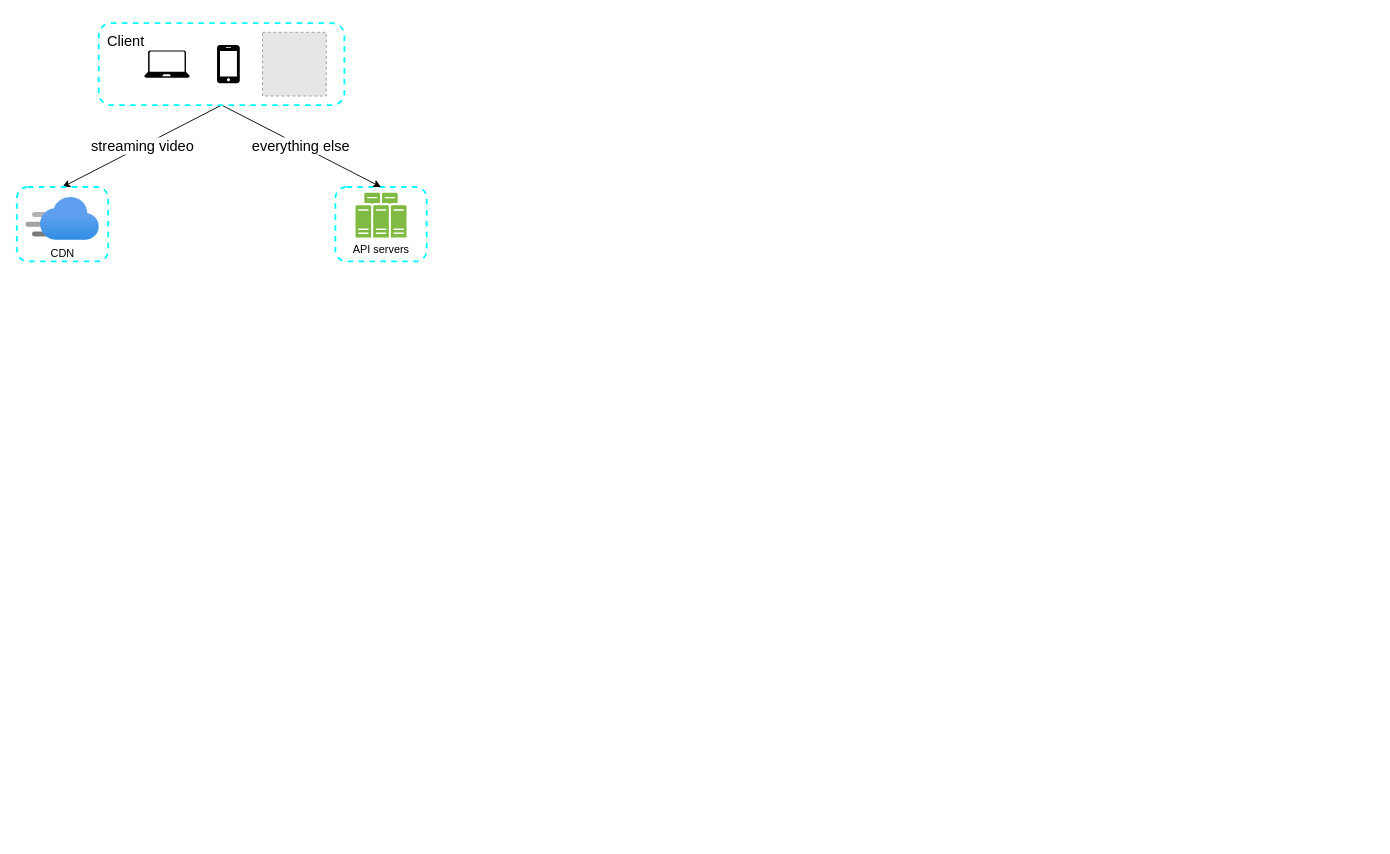
The draw.io diagram diagrams/14_youtube.drawio in ionut-banu/system_design_practice, before the edit. Source tidied: cells renumbered, new cells numbered last; positions are measured from the earlier drawing's top-left corner, leaving out a move shared by most shapes. Both pictures are drawn from the tidied source at 91%, with x=0, y=0 at pixel (16, 23). Pictures stored in the file or linked from it are replaced by grey dashed boxes.
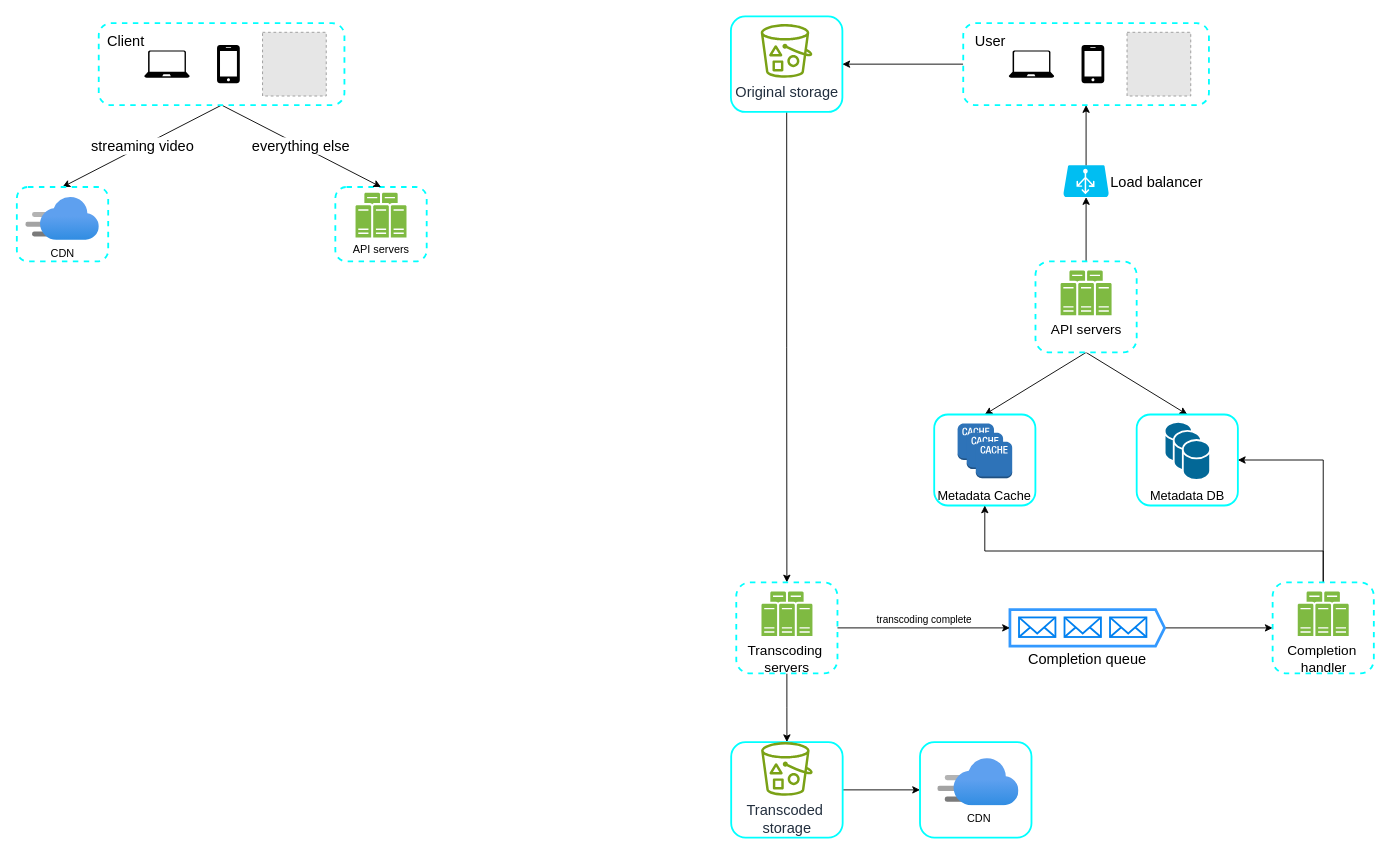
The same page after the edit.

Change to the diagram source:
```diff
@@
+    <mxCell id="12" style="rounded=1;whiteSpace=wrap;html=1;strokeColor=#00FFFF;strokeWidth=2;" parent="1" vertex="1">
+      <mxGeometry x="992.5" y="790" width="122.5" height="105" as="geometry" />
+    </mxCell>
+    <mxCell id="13" style="edgeStyle=orthogonalEdgeStyle;rounded=0;jettySize=auto;html=1;entryX=0.5;entryY=0;entryDx=0;entryDy=0;" parent="1" edge="1" source="14" target="46">
+      <mxGeometry relative="1" as="geometry" />
+    </mxCell>
+    <mxCell id="14" style="rounded=1;whiteSpace=wrap;html=1;strokeColor=#00FFFF;strokeWidth=2;" parent="1" vertex="1">
+      <mxGeometry x="784.7" y="-7.5" width="122.5" height="105" as="geometry" />
+    </mxCell>
@@
+    <mxCell id="15" style="edgeStyle=orthogonalEdgeStyle;rounded=0;jettySize=auto;html=1;entryX=1;entryY=0.5;entryDx=0;entryDy=0;" parent="1" edge="1" source="16" target="14">
+      <mxGeometry relative="1" as="geometry" />
+    </mxCell>
+    <mxCell id="16" value="User" style="rounded=1;whiteSpace=wrap;html=1;spacingLeft=-210;spacingTop=-50;strokeColor=#00FFFF;strokeWidth=2;dashed=1;fontSize=16;" parent="1" vertex="1">
+      <mxGeometry x="1040" width="270" height="90" as="geometry" />
+    </mxCell>
+    <mxCell id="17" style="sketch=0;shadow=0;dashed=0;html=1;strokeColor=none;labelPosition=center;verticalLabelPosition=bottom;verticalAlign=top;align=center;fillColor=#000000;shape=mxgraph.azure.laptop;" parent="1" vertex="1">
+      <mxGeometry x="1090" y="30" width="50" height="30" as="geometry" />
+    </mxCell>
+    <mxCell id="18" style="sketch=0;shadow=0;dashed=0;html=1;strokeColor=none;fillColor=#000000;labelPosition=center;verticalLabelPosition=bottom;verticalAlign=top;align=center;shape=mxgraph.office.devices.cell_phone_iphone_standalone;" parent="1" vertex="1">
+      <mxGeometry x="1170" y="24" width="25" height="42" as="geometry" />
+    </mxCell>
+    <mxCell id="19" style="fillColor=#E6E6E6;strokeColor=#999999;dashed=1;html=1;verticalAlign=top;verticalLabelPosition=bottom;labelBackgroundColor=#ffffff;" parent="1" vertex="1">
+      <mxGeometry x="1220" y="10" width="70" height="70" as="geometry" />
+    </mxCell>
+    <mxCell id="20" value="Original storage" style="sketch=0;fontColor=#232F3E;gradientColor=none;fillColor=#7AA116;strokeColor=none;dashed=0;verticalLabelPosition=bottom;verticalAlign=top;align=center;html=1;fontSize=16;fontStyle=0;shape=mxgraph.aws4.bucket_with_objects;" parent="1" vertex="1">
+      <mxGeometry x="817.5" y="1" width="56.7" height="59" as="geometry" />
+    </mxCell>
+    <mxCell id="21" style="edgeStyle=orthogonalEdgeStyle;rounded=0;jettySize=auto;html=1;entryX=0.5;entryY=0;entryDx=0;entryDy=0;startArrow=classic;startFill=1;endArrow=none;endFill=0;" parent="1" edge="1" source="22" target="26">
+      <mxGeometry relative="1" as="geometry" />
+    </mxCell>
+    <mxCell id="22" value="Load balancer" style="verticalLabelPosition=middle;html=1;verticalAlign=middle;align=left;strokeColor=none;fillColor=#00BEF2;shape=mxgraph.azure.azure_load_balancer;labelPosition=right;fontSize=16;" parent="1" vertex="1">
+      <mxGeometry x="1150" y="156.1" width="50" height="35" as="geometry" />
+    </mxCell>
+    <mxCell id="23" style="edgeStyle=orthogonalEdgeStyle;rounded=0;jettySize=auto;html=1;entryX=0.5;entryY=0;entryDx=0;entryDy=0;entryPerimeter=0;startArrow=classic;startFill=1;endArrow=none;endFill=0;" parent="1" edge="1" source="16" target="22">
+      <mxGeometry relative="1" as="geometry" />
+    </mxCell>
+    <mxCell id="24" style="rounded=0;jettySize=auto;html=1;exitX=0.5;exitY=1;exitDx=0;exitDy=0;entryX=0.5;entryY=0;entryDx=0;entryDy=0;" parent="1" edge="1" source="26" target="28">
+      <mxGeometry relative="1" as="geometry" />
+    </mxCell>
+    <mxCell id="25" style="rounded=0;jettySize=auto;html=1;entryX=0.5;entryY=0;entryDx=0;entryDy=0;exitX=0.5;exitY=1;exitDx=0;exitDy=0;" parent="1" edge="1" source="26" target="29">
+      <mxGeometry relative="1" as="geometry" />
+    </mxCell>
+    <mxCell id="26" style="rounded=1;whiteSpace=wrap;html=1;strokeColor=#00FFFF;strokeWidth=2;dashed=1;" parent="1" vertex="1">
+      <mxGeometry x="1119.4" y="261.8" width="111.2" height="100" as="geometry" />
+    </mxCell>
+    <mxCell id="27" value="&lt;font style=&quot;font-size: 15px;&quot;&gt;API servers&lt;/font&gt;" style="sketch=0;shadow=0;dashed=0;html=1;strokeColor=none;fillColor=#505050;labelPosition=center;verticalLabelPosition=bottom;verticalAlign=top;align=center;shape=mxgraph.office.servers.server_farm;fillColor=#7FBA42;" parent="1" vertex="1">
+      <mxGeometry x="1147" y="271.8" width="56" height="49" as="geometry" />
+    </mxCell>
+    <mxCell id="28" value="Metadata Cache" style="rounded=1;whiteSpace=wrap;html=1;strokeColor=#00FFFF;strokeWidth=2;fontSize=14;verticalAlign=bottom;" parent="1" vertex="1">
+      <mxGeometry x="1008.1" y="430" width="111.2" height="100" as="geometry" />
+    </mxCell>
+    <mxCell id="29" value="Metadata DB" style="rounded=1;whiteSpace=wrap;html=1;strokeColor=#00FFFF;strokeWidth=2;verticalAlign=bottom;fontSize=14;" parent="1" vertex="1">
+      <mxGeometry x="1230.6" y="430" width="111.2" height="100" as="geometry" />
+    </mxCell>
+    <mxCell id="30" style="dashed=0;verticalLabelPosition=bottom;verticalAlign=top;align=center;html=1;shape=mxgraph.aws3.cache_node;fillColor=#2E73B8;gradientColor=none;" parent="1" vertex="1">
+      <mxGeometry x="1033.8" y="440" width="40" height="40" as="geometry" />
+    </mxCell>
+    <mxCell id="31" style="dashed=0;verticalLabelPosition=bottom;verticalAlign=top;align=center;html=1;shape=mxgraph.aws3.cache_node;fillColor=#2E73B8;gradientColor=none;" parent="1" vertex="1">
+      <mxGeometry x="1043.8" y="450" width="40" height="40" as="geometry" />
+    </mxCell>
+    <mxCell id="32" style="dashed=0;verticalLabelPosition=bottom;verticalAlign=top;align=center;html=1;shape=mxgraph.aws3.cache_node;fillColor=#2E73B8;gradientColor=none;" parent="1" vertex="1">
+      <mxGeometry x="1053.8" y="460" width="40" height="40" as="geometry" />
+    </mxCell>
+    <mxCell id="33" style="shape=mxgraph.cisco.storage.relational_database;html=1;dashed=0;fillColor=#036897;strokeColor=#ffffff;strokeWidth=2;verticalLabelPosition=bottom;verticalAlign=top;align=center;" parent="1" vertex="1">
+      <mxGeometry x="1261.3" y="438" width="30" height="44" as="geometry" />
+    </mxCell>
+    <mxCell id="34" style="shape=mxgraph.cisco.storage.relational_database;html=1;dashed=0;fillColor=#036897;strokeColor=#ffffff;strokeWidth=2;verticalLabelPosition=bottom;verticalAlign=top;align=center;" parent="1" vertex="1">
+      <mxGeometry x="1271.3" y="448" width="30" height="44" as="geometry" />
+    </mxCell>
+    <mxCell id="35" style="shape=mxgraph.cisco.storage.relational_database;html=1;dashed=0;fillColor=#036897;strokeColor=#ffffff;strokeWidth=2;verticalLabelPosition=bottom;verticalAlign=top;align=center;" parent="1" vertex="1">
+      <mxGeometry x="1281.3" y="458" width="30" height="44" as="geometry" />
+    </mxCell>
+    <mxCell id="36" style="edgeStyle=orthogonalEdgeStyle;rounded=0;jettySize=auto;html=1;" parent="1" edge="1" source="37" target="43">
+      <mxGeometry relative="1" as="geometry" />
+    </mxCell>
+    <mxCell id="37" value="Completion queue" style="html=1;shadow=0;dashed=0;align=center;verticalAlign=top;shape=mxgraph.arrows2.arrow;dy=0;dx=10;notch=0;strokeWidth=3;strokeColor=#3399FF;labelPosition=center;verticalLabelPosition=bottom;fontSize=16;spacing=0;" parent="1" vertex="1">
+      <mxGeometry x="1091.3" y="644.5" width="170" height="40" as="geometry" />
+    </mxCell>
+    <mxCell id="38" style="html=1;verticalLabelPosition=bottom;align=center;labelBackgroundColor=#ffffff;verticalAlign=top;strokeWidth=2;strokeColor=#0080F0;shadow=0;dashed=0;shape=mxgraph.ios7.icons.mail;" parent="1" vertex="1">
+      <mxGeometry x="1101.3" y="653" width="40" height="21.5" as="geometry" />
+    </mxCell>
+    <mxCell id="39" style="html=1;verticalLabelPosition=bottom;align=center;labelBackgroundColor=#ffffff;verticalAlign=top;strokeWidth=2;strokeColor=#0080F0;shadow=0;dashed=0;shape=mxgraph.ios7.icons.mail;" parent="1" vertex="1">
+      <mxGeometry x="1201.3" y="653" width="40" height="21.5" as="geometry" />
+    </mxCell>
+    <mxCell id="40" style="html=1;verticalLabelPosition=bottom;align=center;labelBackgroundColor=#ffffff;verticalAlign=top;strokeWidth=2;strokeColor=#0080F0;shadow=0;dashed=0;shape=mxgraph.ios7.icons.mail;" parent="1" vertex="1">
+      <mxGeometry x="1151.3" y="653" width="40" height="21.5" as="geometry" />
+    </mxCell>
+    <mxCell id="41" style="edgeStyle=orthogonalEdgeStyle;rounded=0;jettySize=auto;html=1;entryX=1;entryY=0.5;entryDx=0;entryDy=0;" parent="1" edge="1" source="43" target="29">
+      <mxGeometry relative="1" as="geometry">
+        <Array as="points">
+          <mxPoint x="1436" y="480" />
+        </Array>
+      </mxGeometry>
+    </mxCell>
+    <mxCell id="42" style="edgeStyle=orthogonalEdgeStyle;rounded=0;jettySize=auto;html=1;entryX=0.5;entryY=1;entryDx=0;entryDy=0;" parent="1" edge="1" source="43" target="28">
+      <mxGeometry relative="1" as="geometry">
+        <Array as="points">
+          <mxPoint x="1436" y="580" />
+          <mxPoint x="1064" y="580" />
+        </Array>
+      </mxGeometry>
+    </mxCell>
+    <mxCell id="43" style="rounded=1;whiteSpace=wrap;html=1;strokeColor=#00FFFF;strokeWidth=2;dashed=1;" parent="1" vertex="1">
+      <mxGeometry x="1380" y="614.5" width="111.2" height="100" as="geometry" />
+    </mxCell>
+    <mxCell id="44" value="&lt;font style=&quot;font-size: 15px;&quot;&gt;Completion&amp;nbsp;&lt;/font&gt;&lt;div&gt;&lt;font style=&quot;font-size: 15px;&quot;&gt;handler&lt;/font&gt;&lt;/div&gt;" style="sketch=0;shadow=0;dashed=0;html=1;strokeColor=none;fillColor=#505050;labelPosition=center;verticalLabelPosition=bottom;verticalAlign=top;align=center;shape=mxgraph.office.servers.server_farm;fillColor=#7FBA42;" parent="1" vertex="1">
+      <mxGeometry x="1407.6" y="624.5" width="56" height="49" as="geometry" />
+    </mxCell>
+    <mxCell id="45" style="edgeStyle=orthogonalEdgeStyle;rounded=0;jettySize=auto;html=1;entryX=0.5;entryY=0;entryDx=0;entryDy=0;" parent="1" edge="1" source="46" target="50">
+      <mxGeometry relative="1" as="geometry" />
+    </mxCell>
+    <mxCell id="46" style="rounded=1;whiteSpace=wrap;html=1;strokeColor=#00FFFF;strokeWidth=2;dashed=1;" parent="1" vertex="1">
+      <mxGeometry x="790.6" y="614.5" width="111.2" height="100" as="geometry" />
+    </mxCell>
+    <mxCell id="47" value="&lt;font style=&quot;font-size: 15px;&quot;&gt;Transcoding&amp;nbsp;&lt;/font&gt;&lt;div&gt;&lt;font style=&quot;font-size: 15px;&quot;&gt;servers&lt;/font&gt;&lt;/div&gt;" style="sketch=0;shadow=0;dashed=0;html=1;strokeColor=none;fillColor=#505050;labelPosition=center;verticalLabelPosition=bottom;verticalAlign=top;align=center;shape=mxgraph.office.servers.server_farm;fillColor=#7FBA42;" parent="1" vertex="1">
+      <mxGeometry x="818.3" y="624.5" width="56" height="49" as="geometry" />
+    </mxCell>
+    <mxCell id="48" value="transcoding complete" style="edgeStyle=orthogonalEdgeStyle;rounded=0;jettySize=auto;html=1;entryX=0;entryY=0.5;entryDx=0;entryDy=0;entryPerimeter=0;verticalAlign=bottom;labelPosition=center;verticalLabelPosition=top;align=center;" parent="1" edge="1" source="46" target="37">
+      <mxGeometry relative="1" as="geometry" />
+    </mxCell>
+    <mxCell id="49" style="edgeStyle=orthogonalEdgeStyle;rounded=0;jettySize=auto;html=1;entryX=0;entryY=0.5;entryDx=0;entryDy=0;" parent="1" edge="1" source="50" target="12">
+      <mxGeometry relative="1" as="geometry" />
+    </mxCell>
+    <mxCell id="50" style="rounded=1;whiteSpace=wrap;html=1;strokeColor=#00FFFF;strokeWidth=2;" parent="1" vertex="1">
+      <mxGeometry x="785" y="790" width="122.5" height="105" as="geometry" />
+    </mxCell>
+    <mxCell id="51" value="Transcoded&amp;nbsp;&lt;div&gt;storage&lt;/div&gt;" style="sketch=0;fontColor=#232F3E;gradientColor=none;fillColor=#7AA116;strokeColor=none;dashed=0;verticalLabelPosition=bottom;verticalAlign=top;align=center;html=1;fontSize=16;fontStyle=0;shape=mxgraph.aws4.bucket_with_objects;" parent="1" vertex="1">
+      <mxGeometry x="817.9" y="790" width="56.7" height="59" as="geometry" />
+    </mxCell>
+    <mxCell id="52" value="CDN" style="image;html=1;align=center;fontSize=12;image=img/lib/azure2/app_services/CDN_Profiles.svg;" parent="1" vertex="1">
+      <mxGeometry x="1012" y="807.8" width="89.2" height="52.5" as="geometry" />
+    </mxCell>
```
